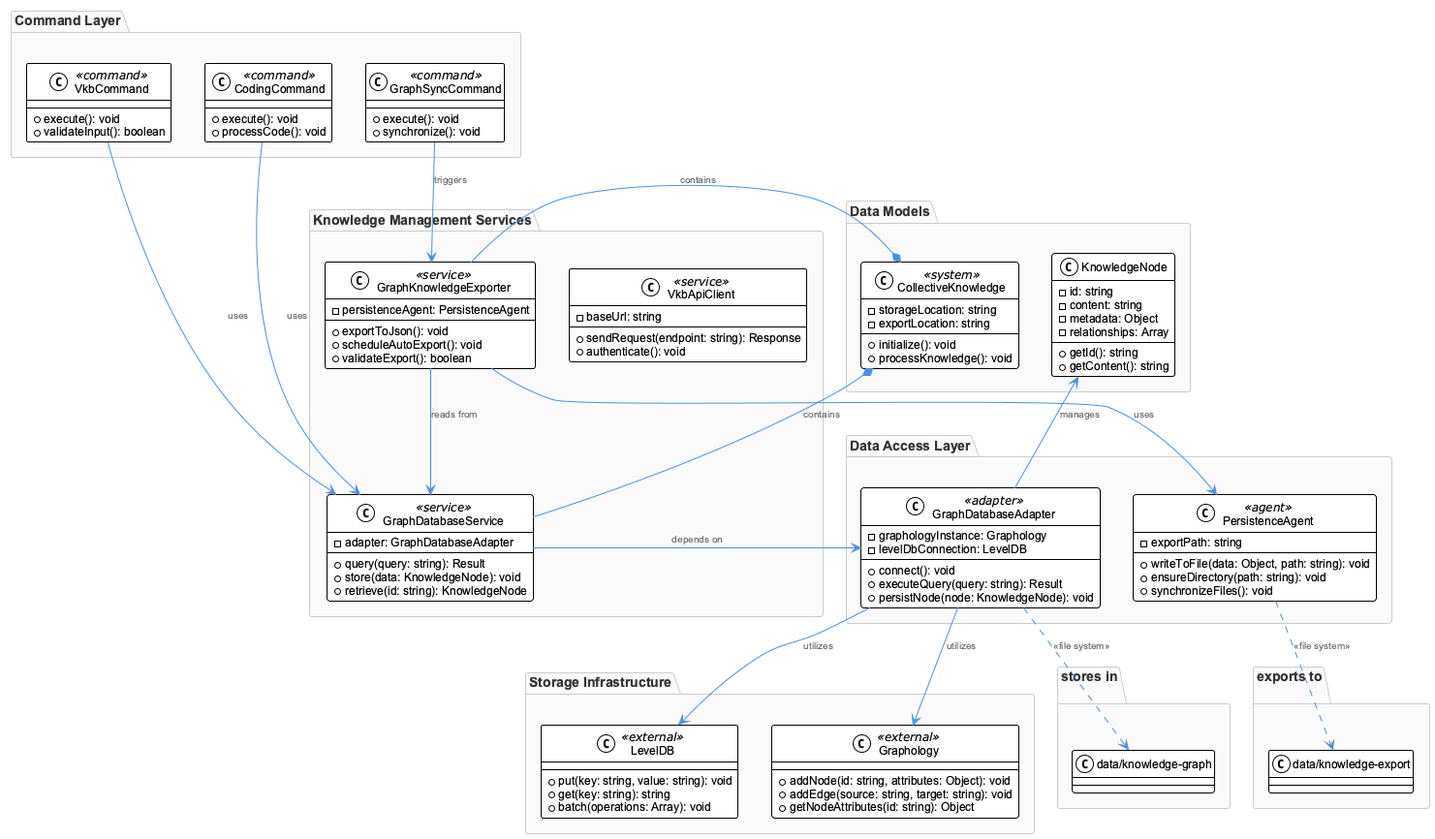
Before: knowledge-management/insights/images/collective-knowledge-class.png, a diagram exported from PlantUML (fwornle/coding).
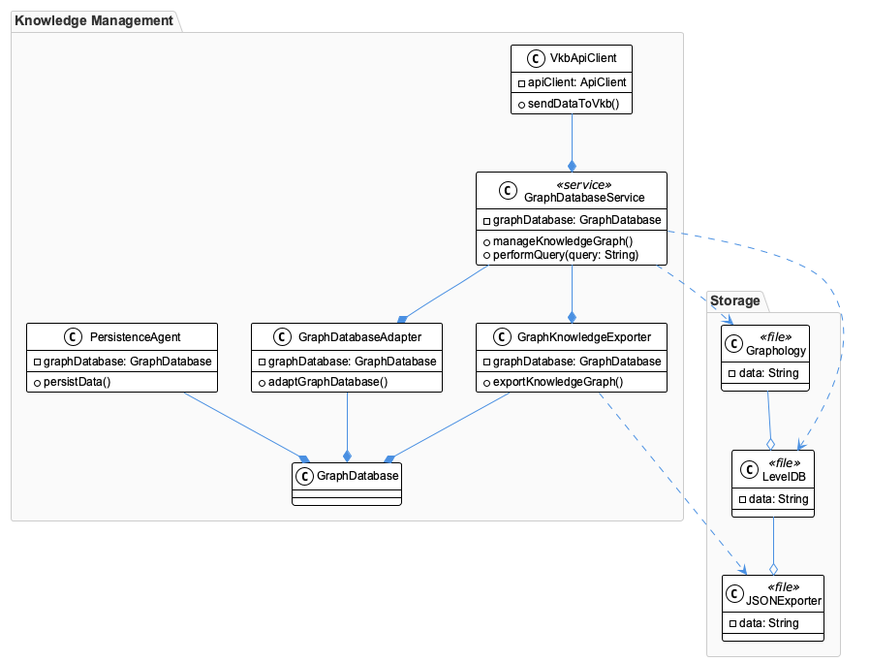
Above is the later version.

The edit, as a diff of the source:
```diff
@@ -1,110 +1,60 @@
 @startuml
 !include /Users/q284340/Agentic/coding/docs/puml/_standard-style.puml
 
-package "Command Layer" {
-  class VkbCommand <<command>> {
-    +execute(): void
-    +validateInput(): boolean
+package "Knowledge Management" {
+  class GraphDatabaseService <<service>> {
+    - graphDatabase: GraphDatabase
+    + manageKnowledgeGraph()
+    + performQuery(query: String)
   }
 
-  class CodingCommand <<command>> {
-    +execute(): void
-    +processCode(): void
+  class GraphKnowledgeExporter {
+    - graphDatabase: GraphDatabase
+    + exportKnowledgeGraph()
   }
 
-  class GraphSyncCommand <<command>> {
-    +execute(): void
-    +synchronize(): void
+  class GraphDatabaseAdapter {
+    - graphDatabase: GraphDatabase
+    + adaptGraphDatabase()
   }
+
+  class PersistenceAgent {
+    - graphDatabase: GraphDatabase
+    + persistData()
+  }
+
+  class VkbApiClient {
+    - apiClient: ApiClient
+    + sendDataToVkb()
+  }
+
+  GraphDatabaseService --* GraphDatabaseAdapter
+  GraphDatabaseService --* GraphKnowledgeExporter
+  GraphDatabaseAdapter --* GraphDatabase
+  GraphKnowledgeExporter --* GraphDatabase
+  PersistenceAgent --* GraphDatabase
+  VkbApiClient --* GraphDatabaseService
 }
 
-package "Knowledge Management Services" {
-  class GraphDatabaseService <<service>> {
-    -adapter: GraphDatabaseAdapter
-    +query(query: string): Result
-    +store(data: KnowledgeNode): void
-    +retrieve(id: string): KnowledgeNode
+package "Storage" {
+  class Graphology <<file>> {
+    - data: String
   }
 
-  class GraphKnowledgeExporter <<service>> {
-    -persistenceAgent: PersistenceAgent
-    +exportToJson(): void
-    +scheduleAutoExport(): void
-    +validateExport(): boolean
+  class LevelDB <<file>> {
+    - data: String
   }
 
-  class VkbApiClient <<service>> {
-    -baseUrl: string
-    +sendRequest(endpoint: string): Response
-    +authenticate(): void
+  class JSONExporter <<file>> {
+    - data: String
   }
+
+  Graphology --o LevelDB
+  LevelDB --o JSONExporter
 }
 
-package "Data Access Layer" {
-  class GraphDatabaseAdapter <<adapter>> {
-    -graphologyInstance: Graphology
-    -levelDbConnection: LevelDB
-    +connect(): void
-    +executeQuery(query: string): Result
-    +persistNode(node: KnowledgeNode): void
-  }
-
-  class PersistenceAgent <<agent>> {
-    -exportPath: string
-    +writeToFile(data: Object, path: string): void
-    +ensureDirectory(path: string): void
-    +synchronizeFiles(): void
-  }
-}
-
-package "Storage Infrastructure" {
-  class Graphology <<external>> {
-    +addNode(id: string, attributes: Object): void
-    +addEdge(source: string, target: string): void
-    +getNodeAttributes(id: string): Object
-  }
-
-  class LevelDB <<external>> {
-    +put(key: string, value: string): void
-    +get(key: string): string
-    +batch(operations: Array): void
-  }
-}
-
-package "Data Models" {
-  class KnowledgeNode {
-    -id: string
-    -content: string
-    -metadata: Object
-    -relationships: Array
-    +getId(): string
-    +getContent(): string
-  }
-
-  class CollectiveKnowledge <<system>> {
-    -storageLocation: string
-    -exportLocation: string
-    +initialize(): void
-    +processKnowledge(): void
-  }
-}
-
-VkbCommand --> GraphDatabaseService : uses
-CodingCommand --> GraphDatabaseService : uses
-GraphSyncCommand --> GraphKnowledgeExporter : triggers
-
-GraphDatabaseService --> GraphDatabaseAdapter : depends on
-GraphKnowledgeExporter --> PersistenceAgent : uses
-GraphKnowledgeExporter --> GraphDatabaseService : reads from
-
-GraphDatabaseAdapter --> Graphology : utilizes
-GraphDatabaseAdapter --> LevelDB : utilizes
-GraphDatabaseAdapter --> KnowledgeNode : manages
-
-PersistenceAgent ..> "exports to\n.data/knowledge-export" : <<file system>>
-GraphDatabaseAdapter ..> "stores in\n.data/knowledge-graph" : <<file system>>
-
-CollectiveKnowledge *-- GraphDatabaseService : contains
-CollectiveKnowledge *-- GraphKnowledgeExporter : contains
+GraphDatabaseService ..> Graphology
+GraphDatabaseService ..> LevelDB
+GraphKnowledgeExporter ..> JSONExporter
 
 @enduml
```
